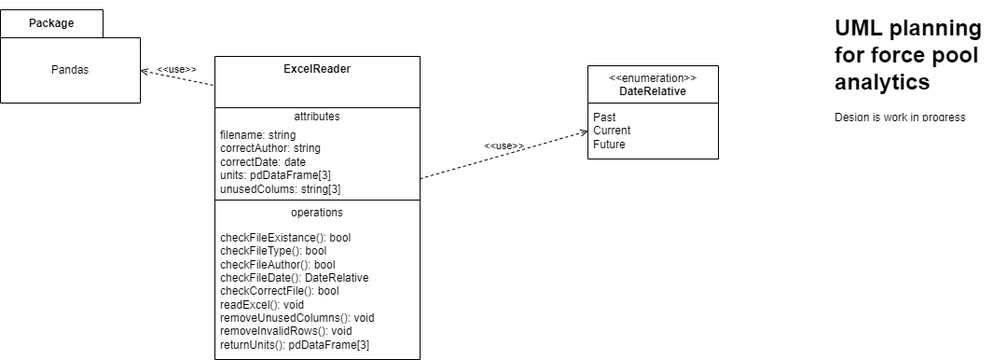
Before: design_documentation/forcepoolanalysis.drawio.png, a diagram exported from draw.io (teakfi/wif_helper). Source tidied: cells renumbered, new cells last; positions are measured from the earlier drawing's top-left corner, leaving out a move shared by most shapes.
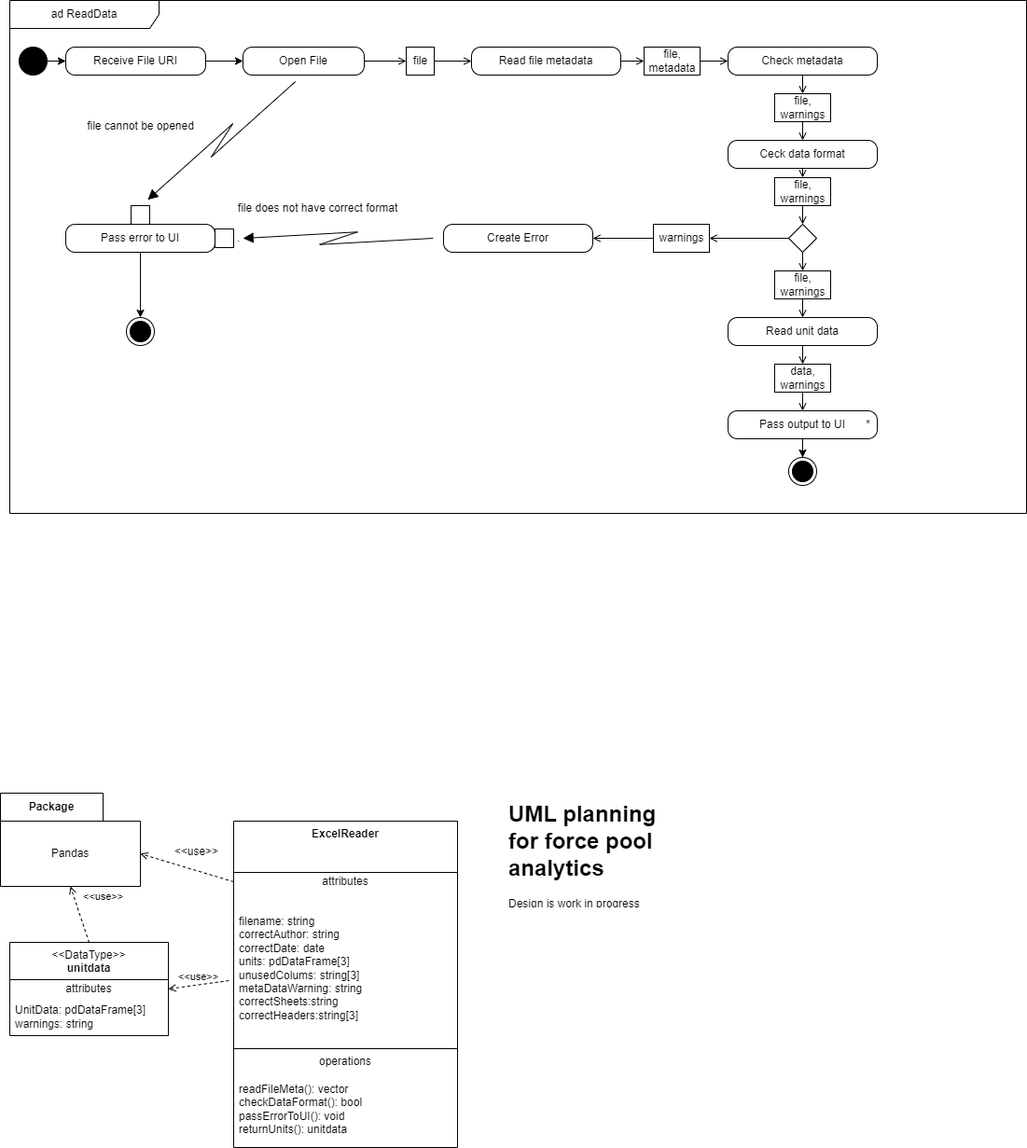
Later version of the same file.

Commit message:
Redesign of excel reader

added activity diagram and redesigned the class

The edit, as a diff of the source:
```diff
@@ -3,51 +3,200 @@
     <mxCell id="0" />
     <mxCell id="1" parent="0" />
     <mxCell id="2" value="&lt;b&gt;ExcelReader&lt;/b&gt;&lt;br&gt;" style="swimlane;fontStyle=0;align=center;verticalAlign=top;horizontal=1;startSize=55;html=1;whiteSpace=wrap;" parent="1" vertex="1">
-      <mxGeometry x="230" y="50" width="220" height="325" as="geometry" />
+      <mxGeometry x="230" y="50" width="240" height="350" as="geometry" />
     </mxCell>
     <mxCell id="3" value="attributes" style="text;html=1;strokeColor=none;fillColor=none;align=center;verticalAlign=middle;spacingLeft=4;spacingRight=4;overflow=hidden;points=[[0,0.5],[1,0.5]];portConstraint=eastwest;whiteSpace=wrap;" parent="2" vertex="1">
-      <mxGeometry y="55" width="220" height="20" as="geometry" />
+      <mxGeometry y="55" width="240" height="20" as="geometry" />
     </mxCell>
-    <mxCell id="4" value="filename: string&lt;br&gt;correctAuthor: string&lt;br&gt;correctDate: date&lt;br&gt;units: pdDataFrame[3]&lt;br&gt;unusedColums: string[3]" style="text;html=1;strokeColor=none;fillColor=none;align=left;verticalAlign=middle;spacingLeft=4;spacingRight=4;overflow=hidden;points=[[0,0.5],[1,0.5]];portConstraint=eastwest;whiteSpace=wrap;" parent="2" vertex="1">
-      <mxGeometry y="75" width="220" height="75" as="geometry" />
+    <mxCell id="4" value="filename: string&lt;br&gt;correctAuthor: string&lt;br&gt;correctDate: date&lt;br&gt;units: pdDataFrame[3]&lt;br&gt;unusedColums: string[3]&lt;br&gt;metaDataWarning: string&lt;br&gt;correctSheets:string&lt;br&gt;correctHeaders:string[3]" style="text;html=1;strokeColor=none;fillColor=none;align=left;verticalAlign=middle;spacingLeft=4;spacingRight=4;overflow=hidden;points=[[0,0.5],[1,0.5]];portConstraint=eastwest;whiteSpace=wrap;" parent="2" vertex="1">
+      <mxGeometry y="75" width="240" height="165" as="geometry" />
     </mxCell>
     <mxCell id="5" style="line;strokeWidth=1;fillColor=none;align=left;verticalAlign=middle;spacingTop=-1;spacingLeft=3;spacingRight=3;labelPosition=right;" parent="2" vertex="1">
-      <mxGeometry y="150" width="220" height="8" as="geometry" />
+      <mxGeometry y="240" width="240" height="8" as="geometry" />
     </mxCell>
     <mxCell id="6" value="operations" style="text;html=1;strokeColor=none;fillColor=none;align=center;verticalAlign=middle;spacingLeft=4;spacingRight=4;overflow=hidden;whiteSpace=wrap;" parent="2" vertex="1">
-      <mxGeometry y="158" width="220" height="20" as="geometry" />
+      <mxGeometry y="248" width="240" height="20" as="geometry" />
     </mxCell>
-    <mxCell id="7" value="checkFileExistance(): bool&lt;br&gt;checkFileType(): bool&lt;br&gt;checkFileAuthor(): bool&lt;br&gt;checkFileDate(): DateRelative&lt;br&gt;checkCorrectFile(): bool&lt;br&gt;readExcel(): void&lt;br&gt;removeUnusedColumns(): void&lt;br&gt;removeInvalidRows(): void&lt;br&gt;returnUnits(): pdDataFrame[3]" style="text;html=1;strokeColor=none;fillColor=none;align=left;verticalAlign=middle;spacingLeft=4;spacingRight=4;overflow=hidden;whiteSpace=wrap;" parent="2" vertex="1">
-      <mxGeometry y="178" width="220" height="147" as="geometry" />
+    <mxCell id="7" value="readFileMeta(): vector&lt;br&gt;checkDataFormat(): bool&lt;br&gt;passErrorToUI(): void&lt;br&gt;returnUnits(): unitdata" style="text;html=1;strokeColor=none;fillColor=none;align=left;verticalAlign=middle;spacingLeft=4;spacingRight=4;overflow=hidden;whiteSpace=wrap;" parent="2" vertex="1">
+      <mxGeometry y="268" width="240" height="82" as="geometry" />
     </mxCell>
-    <mxCell id="8" value="&amp;lt;&amp;lt;enumeration&amp;gt;&amp;gt;&lt;br&gt;&lt;b&gt;DateRelative&lt;/b&gt;" style="swimlane;fontStyle=0;align=center;verticalAlign=top;horizontal=1;startSize=40;html=1;whiteSpace=wrap;" parent="1" vertex="1">
-      <mxGeometry x="630" y="60" width="140" height="100" as="geometry" />
-    </mxCell>
-    <mxCell id="9" value="Past&lt;br&gt;Current&lt;br&gt;Future" style="text;html=1;strokeColor=none;fillColor=none;align=left;verticalAlign=middle;spacingLeft=4;spacingRight=4;overflow=hidden;whiteSpace=wrap;" parent="8" vertex="1">
-      <mxGeometry y="40" width="140" height="60" as="geometry" />
-    </mxCell>
-    <mxCell id="10" value="&amp;lt;&amp;lt;use&amp;gt;&amp;gt;" style="endArrow=open;html=1;rounded=0;align=center;verticalAlign=bottom;dashed=1;endFill=0;labelBackgroundColor=none;" parent="1" edge="1" source="2" target="8">
-      <mxGeometry relative="1" as="geometry" />
-    </mxCell>
-    <mxCell id="11" style="html=1;align=center;verticalAlign=top;labelBackgroundColor=none;" parent="10" vertex="1">
-      <mxGeometry relative="1" as="geometry" />
-    </mxCell>
     <mxCell id="12" value="Package" style="shape=folder;fontStyle=1;tabWidth=110;tabHeight=30;tabPosition=left;html=1;boundedLbl=1;labelInHeader=1;whiteSpace=wrap;" parent="1" vertex="1">
-      <mxGeometry width="150" height="100" as="geometry" />
+      <mxGeometry x="-20" y="20" width="150" height="100" as="geometry" />
     </mxCell>
     <mxCell id="13" value="Pandas" style="html=1;strokeColor=none;fillColor=none;whiteSpace=wrap;" parent="12" vertex="1">
       <mxGeometry width="150" height="70" relative="1" as="geometry">
         <mxPoint y="30" as="offset" />
       </mxGeometry>
     </mxCell>
-    <mxCell id="14" value="&amp;lt;&amp;lt;use&amp;gt;&amp;gt;" style="endArrow=open;html=1;rounded=0;align=center;verticalAlign=bottom;dashed=1;endFill=0;labelBackgroundColor=none;entryX=0;entryY=0;entryDx=150;entryDy=65;entryPerimeter=0;exitX=-0.009;exitY=0.095;exitDx=0;exitDy=0;exitPerimeter=0;" parent="1" edge="1" source="2" target="12">
-      <mxGeometry relative="1" as="geometry" />
+    <mxCell id="14" value="&amp;lt;&amp;lt;use&amp;gt;&amp;gt;" style="endArrow=open;html=1;rounded=0;align=center;verticalAlign=bottom;dashed=1;endFill=0;labelBackgroundColor=none;entryX=0.5;entryY=1;entryDx=0;entryDy=0;entryPerimeter=0;exitX=0.5;exitY=0;exitDx=0;exitDy=0;" parent="1" edge="1" source="17" target="12">
+      <mxGeometry x="0.05" y="-27" relative="1" as="geometry" />
     </mxCell>
     <mxCell id="15" style="html=1;align=center;verticalAlign=top;labelBackgroundColor=none;" parent="14" vertex="1">
       <mxGeometry relative="1" as="geometry" />
     </mxCell>
     <mxCell id="16" value="&lt;h1&gt;UML planning for force pool analytics&lt;/h1&gt;&lt;div&gt;Design is work in progress&lt;/div&gt;&lt;div&gt;&lt;br&gt;&lt;/div&gt;" style="text;html=1;strokeColor=none;fillColor=none;spacing=5;spacingTop=-20;whiteSpace=wrap;overflow=hidden;rounded=0;" parent="1" vertex="1">
-      <mxGeometry x="890" width="190" height="120" as="geometry" />
+      <mxGeometry x="520" y="23" width="190" height="120" as="geometry" />
     </mxCell>
+    <mxCell id="17" value="&amp;lt;&amp;lt;DataType&amp;gt;&amp;gt;&lt;br&gt;&lt;b&gt;unitdata&lt;/b&gt;" style="swimlane;fontStyle=0;align=center;verticalAlign=top;horizontal=1;startSize=40;html=1;whiteSpace=wrap;" parent="1" vertex="1">
+      <mxGeometry x="-10" y="180" width="170" height="100" as="geometry" />
+    </mxCell>
+    <mxCell id="18" value="attributes" style="text;html=1;strokeColor=none;fillColor=none;align=center;verticalAlign=middle;spacingLeft=4;spacingRight=4;overflow=hidden;points=[[0,0.5],[1,0.5]];portConstraint=eastwest;whiteSpace=wrap;" parent="17" vertex="1">
+      <mxGeometry y="40" width="170" height="20" as="geometry" />
+    </mxCell>
+    <mxCell id="19" value="UnitData: pdDataFrame[3]&lt;br&gt;warnings: string" style="text;html=1;strokeColor=none;fillColor=none;align=left;verticalAlign=middle;spacingLeft=4;spacingRight=4;overflow=hidden;whiteSpace=wrap;" parent="17" vertex="1">
+      <mxGeometry y="60" width="170" height="40" as="geometry" />
+    </mxCell>
+    <mxCell id="20" value="&amp;lt;&amp;lt;use&amp;gt;&amp;gt;" style="endArrow=open;html=1;rounded=0;align=center;verticalAlign=bottom;dashed=1;endFill=0;labelBackgroundColor=none;entryX=1;entryY=0.5;entryDx=0;entryDy=0;exitX=-0.021;exitY=0.582;exitDx=0;exitDy=0;exitPerimeter=0;" parent="1" edge="1" source="4" target="18">
+      <mxGeometry relative="1" as="geometry" />
+    </mxCell>
+    <mxCell id="21" style="rounded=0;jettySize=auto;html=1;exitX=0;exitY=0.5;exitDx=0;exitDy=0;entryX=0;entryY=0;entryDx=150;entryDy=65;entryPerimeter=0;dashed=1;endArrow=open;endFill=0;" parent="1" edge="1" source="3" target="12">
+      <mxGeometry relative="1" as="geometry" />
+    </mxCell>
+    <mxCell id="22" value="&amp;lt;&amp;lt;use&amp;gt;&amp;gt;" style="text;html=1;align=center;verticalAlign=middle;strokeColor=none;fillColor=none;" parent="1" vertex="1">
+      <mxGeometry x="155" y="68" width="70" height="30" as="geometry" />
+    </mxCell>
+    <mxCell id="23" value="ad ReadData" style="shape=umlFrame;whiteSpace=wrap;html=1;width=160;" parent="1" vertex="1">
+      <mxGeometry x="-10" y="-830" width="1090" height="550" as="geometry" />
+    </mxCell>
+    <mxCell id="24" style="edgeStyle=orthogonalEdgeStyle;rounded=0;jettySize=auto;html=1;" parent="23" edge="1" source="25" target="27">
+      <mxGeometry relative="1" as="geometry" />
+    </mxCell>
+    <mxCell id="25" value="Receive File URI" style="html=1;dashed=0;rounded=1;absoluteArcSize=1;arcSize=20;verticalAlign=middle;align=center;whiteSpace=wrap;" parent="23" vertex="1">
+      <mxGeometry x="60" y="50" width="150" height="30" as="geometry" />
+    </mxCell>
+    <mxCell id="26" value="Read file metadata" style="html=1;dashed=0;rounded=1;absoluteArcSize=1;arcSize=20;verticalAlign=middle;align=center;whiteSpace=wrap;" parent="23" vertex="1">
+      <mxGeometry x="495" y="50" width="160" height="30" as="geometry" />
+    </mxCell>
+    <mxCell id="27" value="Open File" style="html=1;dashed=0;rounded=1;absoluteArcSize=1;arcSize=20;verticalAlign=middle;align=center;whiteSpace=wrap;" parent="23" vertex="1">
+      <mxGeometry x="250" y="50" width="130" height="30" as="geometry" />
+    </mxCell>
+    <mxCell id="28" value="Check metadata" style="html=1;dashed=0;rounded=1;absoluteArcSize=1;arcSize=20;verticalAlign=middle;align=center;whiteSpace=wrap;" parent="23" vertex="1">
+      <mxGeometry x="770" y="50" width="160" height="30" as="geometry" />
+    </mxCell>
+    <mxCell id="29" style="edgeStyle=orthogonalEdgeStyle;rounded=0;jettySize=auto;html=1;" parent="23" edge="1" source="30" target="32">
+      <mxGeometry relative="1" as="geometry" />
+    </mxCell>
+    <mxCell id="30" value="Pass error to UI" style="html=1;dashed=0;rounded=1;absoluteArcSize=1;arcSize=20;verticalAlign=middle;align=center;whiteSpace=wrap;" parent="23" vertex="1">
+      <mxGeometry x="60" y="240" width="160" height="30" as="geometry" />
+    </mxCell>
+    <mxCell id="31" value="Ceck data format" style="html=1;dashed=0;rounded=1;absoluteArcSize=1;arcSize=20;verticalAlign=middle;align=center;whiteSpace=wrap;" parent="23" vertex="1">
+      <mxGeometry x="770" y="150" width="160" height="30" as="geometry" />
+    </mxCell>
+    <mxCell id="32" style="ellipse;html=1;shape=endState;fillColor=strokeColor;" parent="23" vertex="1">
+      <mxGeometry x="125" y="340" width="30" height="30" as="geometry" />
+    </mxCell>
+    <mxCell id="33" style="edgeStyle=orthogonalEdgeStyle;rounded=0;jettySize=auto;html=1;" parent="23" edge="1" source="34" target="25">
+      <mxGeometry relative="1" as="geometry" />
+    </mxCell>
+    <mxCell id="34" style="ellipse;fillColor=strokeColor;html=1;" parent="23" vertex="1">
+      <mxGeometry x="10" y="50" width="30" height="30" as="geometry" />
+    </mxCell>
+    <mxCell id="35" style="fontStyle=0;labelPosition=right;verticalLabelPosition=middle;align=left;verticalAlign=middle;spacingLeft=2;html=1;" parent="23" vertex="1">
+      <mxGeometry x="130" y="220" width="20" height="20" as="geometry" />
+    </mxCell>
+    <mxCell id="36" style="shape=mxgraph.lean_mapping.electronic_info_flow_edge;html=1;rounded=0;entryX=0.5;entryY=0;entryDx=0;entryDy=0;exitX=0.5;exitY=1;exitDx=0;exitDy=0;" parent="23" edge="1" source="27" target="35">
+      <mxGeometry relative="1" as="geometry" />
+    </mxCell>
+    <mxCell id="37" value="file cannot be opened" style="text;html=1;align=center;verticalAlign=middle;strokeColor=none;fillColor=none;" parent="23" vertex="1">
+      <mxGeometry x="70" y="120" width="140" height="30" as="geometry" />
+    </mxCell>
+    <mxCell id="38" value="file" style="html=1;rounded=0;" parent="23" vertex="1">
+      <mxGeometry x="425" y="50" width="30" height="30" as="geometry" />
+    </mxCell>
+    <mxCell id="39" style="endArrow=open;html=1;rounded=0;align=center;verticalAlign=top;endFill=0;labelBackgroundColor=none;endSize=6;exitX=1;exitY=0.5;exitDx=0;exitDy=0;" parent="23" edge="1" source="27" target="38">
+      <mxGeometry relative="1" as="geometry" />
+    </mxCell>
+    <mxCell id="40" style="endArrow=open;html=1;rounded=0;align=center;verticalAlign=top;endFill=0;labelBackgroundColor=none;endSize=6;" parent="23" edge="1" source="38" target="26">
+      <mxGeometry relative="1" as="geometry" />
+    </mxCell>
+    <mxCell id="41" value="file, &lt;br&gt;metadata" style="html=1;rounded=0;" parent="23" vertex="1">
+      <mxGeometry x="680" y="50" width="60" height="30" as="geometry" />
+    </mxCell>
+    <mxCell id="42" style="endArrow=open;html=1;rounded=0;align=center;verticalAlign=top;endFill=0;labelBackgroundColor=none;endSize=6;" parent="23" edge="1" source="26" target="41">
+      <mxGeometry relative="1" as="geometry" />
+    </mxCell>
+    <mxCell id="43" style="endArrow=open;html=1;rounded=0;align=center;verticalAlign=top;endFill=0;labelBackgroundColor=none;endSize=6;" parent="23" edge="1" source="41" target="28">
+      <mxGeometry relative="1" as="geometry" />
+    </mxCell>
+    <mxCell id="44" value="file,&lt;br&gt;warnings" style="html=1;rounded=0;" parent="23" vertex="1">
+      <mxGeometry x="820" y="100" width="60" height="30" as="geometry" />
+    </mxCell>
+    <mxCell id="45" style="endArrow=open;html=1;rounded=0;align=center;verticalAlign=top;endFill=0;labelBackgroundColor=none;endSize=6;" parent="23" edge="1" source="28" target="44">
+      <mxGeometry relative="1" as="geometry" />
+    </mxCell>
+    <mxCell id="46" style="endArrow=open;html=1;rounded=0;align=center;verticalAlign=top;endFill=0;labelBackgroundColor=none;endSize=6;" parent="23" edge="1" source="44" target="31">
+      <mxGeometry relative="1" as="geometry" />
+    </mxCell>
+    <mxCell id="47" style="rhombus;" parent="23" vertex="1">
+      <mxGeometry x="835" y="240" width="30" height="30" as="geometry" />
+    </mxCell>
+    <mxCell id="48" value="Create Error" style="html=1;dashed=0;rounded=1;absoluteArcSize=1;arcSize=20;verticalAlign=middle;align=center;whiteSpace=wrap;" parent="23" vertex="1">
+      <mxGeometry x="465" y="240" width="160" height="30" as="geometry" />
+    </mxCell>
+    <mxCell id="49" value="." style="fontStyle=0;labelPosition=right;verticalLabelPosition=middle;align=left;verticalAlign=middle;spacingLeft=2;html=1;" parent="23" vertex="1">
+      <mxGeometry x="220" y="245" width="20" height="20" as="geometry" />
+    </mxCell>
+    <mxCell id="50" style="shape=mxgraph.lean_mapping.electronic_info_flow_edge;html=1;rounded=0;" parent="23" edge="1" source="48" target="49">
+      <mxGeometry relative="1" as="geometry" />
+    </mxCell>
+    <mxCell id="51" value="Read unit data" style="html=1;dashed=0;rounded=1;absoluteArcSize=1;arcSize=20;verticalAlign=middle;align=center;whiteSpace=wrap;" parent="23" vertex="1">
+      <mxGeometry x="770" y="340" width="160" height="30" as="geometry" />
+    </mxCell>
+    <mxCell id="52" style="edgeStyle=orthogonalEdgeStyle;rounded=0;orthogonalLoop=1;jettySize=auto;html=1;exitX=0.5;exitY=1;exitDx=0;exitDy=0;" parent="23" edge="1" source="51" target="51">
+      <mxGeometry relative="1" as="geometry" />
+    </mxCell>
+    <mxCell id="53" style="edgeStyle=orthogonalEdgeStyle;rounded=0;jettySize=auto;html=1;" parent="23" edge="1" source="54" target="56">
+      <mxGeometry relative="1" as="geometry" />
+    </mxCell>
+    <mxCell id="54" value="Pass output to UI" style="html=1;dashed=0;rounded=1;absoluteArcSize=1;arcSize=20;verticalAlign=middle;align=center;whiteSpace=wrap;" parent="23" vertex="1">
+      <mxGeometry x="770" y="440" width="160" height="30" as="geometry" />
+    </mxCell>
+    <mxCell id="55" value="*" style="text;verticalAlign=middle;align=center;html=1;" parent="54" vertex="1">
+      <mxGeometry x="1" y="0.5" width="20" height="20" relative="1" as="geometry">
+        <mxPoint x="-20" y="-10" as="offset" />
+      </mxGeometry>
+    </mxCell>
+    <mxCell id="56" style="ellipse;html=1;shape=endState;fillColor=strokeColor;" parent="23" vertex="1">
+      <mxGeometry x="835" y="490" width="30" height="30" as="geometry" />
+    </mxCell>
+    <mxCell id="57" value="file,&lt;br&gt;warnings" style="html=1;rounded=0;" parent="23" vertex="1">
+      <mxGeometry x="820" y="190" width="60" height="30" as="geometry" />
+    </mxCell>
+    <mxCell id="58" style="endArrow=open;html=1;rounded=0;align=center;verticalAlign=top;endFill=0;labelBackgroundColor=none;endSize=6;" parent="23" edge="1" source="31" target="57">
+      <mxGeometry relative="1" as="geometry" />
+    </mxCell>
+    <mxCell id="59" style="endArrow=open;html=1;rounded=0;align=center;verticalAlign=top;endFill=0;labelBackgroundColor=none;endSize=6;" parent="23" edge="1" source="57" target="47">
+      <mxGeometry relative="1" as="geometry" />
+    </mxCell>
+    <mxCell id="60" value="warnings" style="html=1;rounded=0;" parent="23" vertex="1">
+      <mxGeometry x="690" y="240" width="60" height="30" as="geometry" />
+    </mxCell>
+    <mxCell id="61" style="endArrow=open;html=1;rounded=0;align=center;verticalAlign=top;endFill=0;labelBackgroundColor=none;endSize=6;" parent="23" edge="1" source="47" target="60">
+      <mxGeometry relative="1" as="geometry" />
+    </mxCell>
+    <mxCell id="62" style="endArrow=open;html=1;rounded=0;align=center;verticalAlign=top;endFill=0;labelBackgroundColor=none;endSize=6;" parent="23" edge="1" source="60" target="48">
+      <mxGeometry relative="1" as="geometry" />
+    </mxCell>
+    <mxCell id="63" value="file,&lt;br&gt;warnings" style="html=1;rounded=0;" parent="23" vertex="1">
+      <mxGeometry x="820" y="290" width="60" height="30" as="geometry" />
+    </mxCell>
+    <mxCell id="64" style="endArrow=open;html=1;rounded=0;align=center;verticalAlign=top;endFill=0;labelBackgroundColor=none;endSize=6;" parent="23" edge="1" source="63" target="51">
+      <mxGeometry relative="1" as="geometry" />
+    </mxCell>
+    <mxCell id="65" style="endArrow=open;html=1;rounded=0;align=center;verticalAlign=top;endFill=0;labelBackgroundColor=none;endSize=6;" parent="23" edge="1" source="47" target="63">
+      <mxGeometry relative="1" as="geometry" />
+    </mxCell>
+    <mxCell id="66" value="data,&lt;br&gt;warnings" style="html=1;rounded=0;" parent="23" vertex="1">
+      <mxGeometry x="820" y="390" width="60" height="30" as="geometry" />
+    </mxCell>
+    <mxCell id="67" style="endArrow=open;html=1;rounded=0;align=center;verticalAlign=top;endFill=0;labelBackgroundColor=none;endSize=6;" parent="23" edge="1" source="51" target="66">
+      <mxGeometry relative="1" as="geometry" />
+    </mxCell>
+    <mxCell id="68" style="endArrow=open;html=1;rounded=0;align=center;verticalAlign=top;endFill=0;labelBackgroundColor=none;endSize=6;" parent="23" edge="1" source="66" target="54">
+      <mxGeometry relative="1" as="geometry" />
+    </mxCell>
+    <mxCell id="69" value="file does not have correct format" style="text;html=1;align=center;verticalAlign=middle;strokeColor=none;fillColor=none;" parent="1" vertex="1">
+      <mxGeometry x="225" y="-622" width="190" height="30" as="geometry" />
+    </mxCell>
   </root>
 </mxGraphModel>
```
